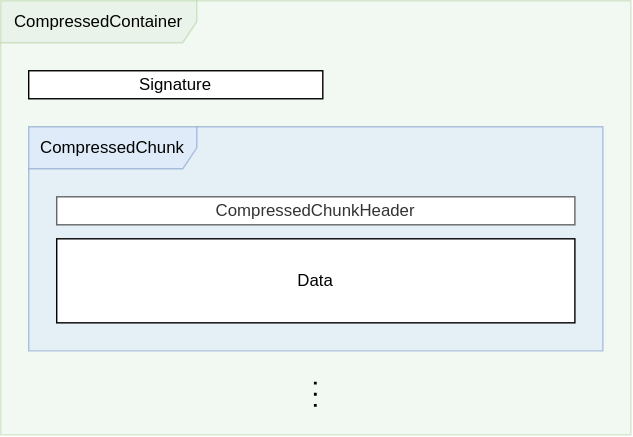
tim-weis/ovba keeps this draw.io diagram as docs/dev/diagrams/CompressedContainer.svg. Above is the earlier version. Source tidied: cells renumbered, new cells last; positions are measured from the earlier drawing's top-left corner, leaving out a move shared by most shapes. Its diagram source:
```xml
<mxGraphModel>
  <root>
    <mxCell id="0" />
    <mxCell id="1" parent="0" />
    <mxCell id="2" value="&lt;div&gt;CompressedContainer&lt;/div&gt;" style="shape=umlFrame;whiteSpace=wrap;html=1;sketch=0;width=140;height=30;fillColor=#d5e8d4;strokeColor=#82b366;swimlaneFillColor=#D5E8D4;shadow=0;opacity=30;" parent="1" vertex="1">
      <mxGeometry width="450" height="310" as="geometry" />
    </mxCell>
    <mxCell id="3" value="Signature" style="rounded=0;whiteSpace=wrap;html=1;sketch=0;" parent="1" vertex="1">
      <mxGeometry x="20" y="50" width="210" height="20" as="geometry" />
    </mxCell>
    <mxCell id="4" value="&lt;div&gt;CompressedChunk&lt;/div&gt;" style="shape=umlFrame;whiteSpace=wrap;html=1;sketch=0;fillColor=#dae8fc;width=120;height=30;strokeColor=#6c8ebf;swimlaneFillColor=#DAE8FC;opacity=50;" parent="1" vertex="1">
      <mxGeometry x="20" y="90" width="410" height="160" as="geometry" />
    </mxCell>
    <mxCell id="5" value="CompressedChunkHeader" style="rounded=0;whiteSpace=wrap;html=1;sketch=0;strokeColor=#666666;fontColor=#333333;fillColor=#FFFFFF;" parent="1" vertex="1">
      <mxGeometry x="40" y="140" width="370" height="20" as="geometry" />
    </mxCell>
    <mxCell id="6" value="Data" style="rounded=0;whiteSpace=wrap;html=1;sketch=0;fillColor=#ffffff;" parent="1" vertex="1">
      <mxGeometry x="40" y="170" width="370" height="60" as="geometry" />
    </mxCell>
    <mxCell id="7" style="endArrow=none;dashed=1;html=1;dashPattern=1 3;strokeWidth=2;shadow=0;sketch=0;" parent="1" edge="1">
      <mxGeometry relative="1" as="geometry">
        <mxPoint x="224.7" y="290" as="sourcePoint" />
        <mxPoint x="224.7" y="270" as="targetPoint" />
      </mxGeometry>
    </mxCell>
  </root>
</mxGraphModel>
```
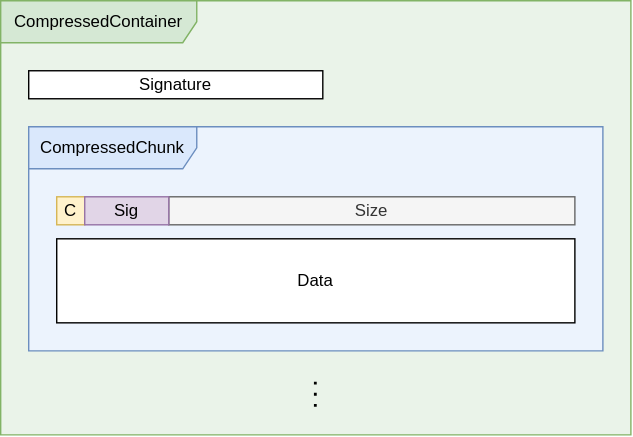
The same diagram one commit later.

Commit message:
Documentation. * Improved layout of dev docs' CompressedChunk description. * Added/reworked diagrams.

Diff of the diagram source:
```diff
@@ -2,18 +2,15 @@
   <root>
     <mxCell id="0" />
     <mxCell id="1" parent="0" />
-    <mxCell id="2" value="&lt;div&gt;CompressedContainer&lt;/div&gt;" style="shape=umlFrame;whiteSpace=wrap;html=1;sketch=0;width=140;height=30;fillColor=#d5e8d4;strokeColor=#82b366;swimlaneFillColor=#D5E8D4;shadow=0;opacity=30;" parent="1" vertex="1">
+    <mxCell id="2" value="&lt;div&gt;CompressedContainer&lt;/div&gt;" style="shape=umlFrame;whiteSpace=wrap;html=1;sketch=0;width=140;height=30;fillColor=#d5e8d4;strokeColor=#82b366;swimlaneFillColor=#EAF3E9;shadow=0;" parent="1" vertex="1">
       <mxGeometry width="450" height="310" as="geometry" />
     </mxCell>
     <mxCell id="3" value="Signature" style="rounded=0;whiteSpace=wrap;html=1;sketch=0;" parent="1" vertex="1">
       <mxGeometry x="20" y="50" width="210" height="20" as="geometry" />
     </mxCell>
-    <mxCell id="4" value="&lt;div&gt;CompressedChunk&lt;/div&gt;" style="shape=umlFrame;whiteSpace=wrap;html=1;sketch=0;fillColor=#dae8fc;width=120;height=30;strokeColor=#6c8ebf;swimlaneFillColor=#DAE8FC;opacity=50;" parent="1" vertex="1">
+    <mxCell id="4" value="&lt;div&gt;CompressedChunk&lt;/div&gt;" style="shape=umlFrame;whiteSpace=wrap;html=1;sketch=0;fillColor=#dae8fc;width=120;height=30;strokeColor=#6c8ebf;swimlaneFillColor=#ECF3FD;" parent="1" vertex="1">
       <mxGeometry x="20" y="90" width="410" height="160" as="geometry" />
     </mxCell>
-    <mxCell id="5" value="CompressedChunkHeader" style="rounded=0;whiteSpace=wrap;html=1;sketch=0;strokeColor=#666666;fontColor=#333333;fillColor=#FFFFFF;" parent="1" vertex="1">
-      <mxGeometry x="40" y="140" width="370" height="20" as="geometry" />
-    </mxCell>
     <mxCell id="6" value="Data" style="rounded=0;whiteSpace=wrap;html=1;sketch=0;fillColor=#ffffff;" parent="1" vertex="1">
       <mxGeometry x="40" y="170" width="370" height="60" as="geometry" />
     </mxCell>
@@ -23,5 +20,14 @@
         <mxPoint x="224.7" y="270" as="targetPoint" />
       </mxGeometry>
     </mxCell>
+    <mxCell id="8" value="Size" style="rounded=0;whiteSpace=wrap;html=1;sketch=0;fillColor=#f5f5f5;strokeColor=#666666;fontColor=#333333;" parent="1" vertex="1">
+      <mxGeometry x="120" y="140" width="290" height="20" as="geometry" />
+    </mxCell>
+    <mxCell id="9" value="C" style="rounded=0;whiteSpace=wrap;html=1;sketch=0;fillColor=#fff2cc;strokeColor=#d6b656;" parent="1" vertex="1">
+      <mxGeometry x="40" y="140" width="20" height="20" as="geometry" />
+    </mxCell>
+    <mxCell id="10" value="Sig" style="rounded=0;whiteSpace=wrap;html=1;sketch=0;fillColor=#e1d5e7;strokeColor=#9673a6;" parent="1" vertex="1">
+      <mxGeometry x="60" y="140" width="60" height="20" as="geometry" />
+    </mxCell>
   </root>
 </mxGraphModel>
```
